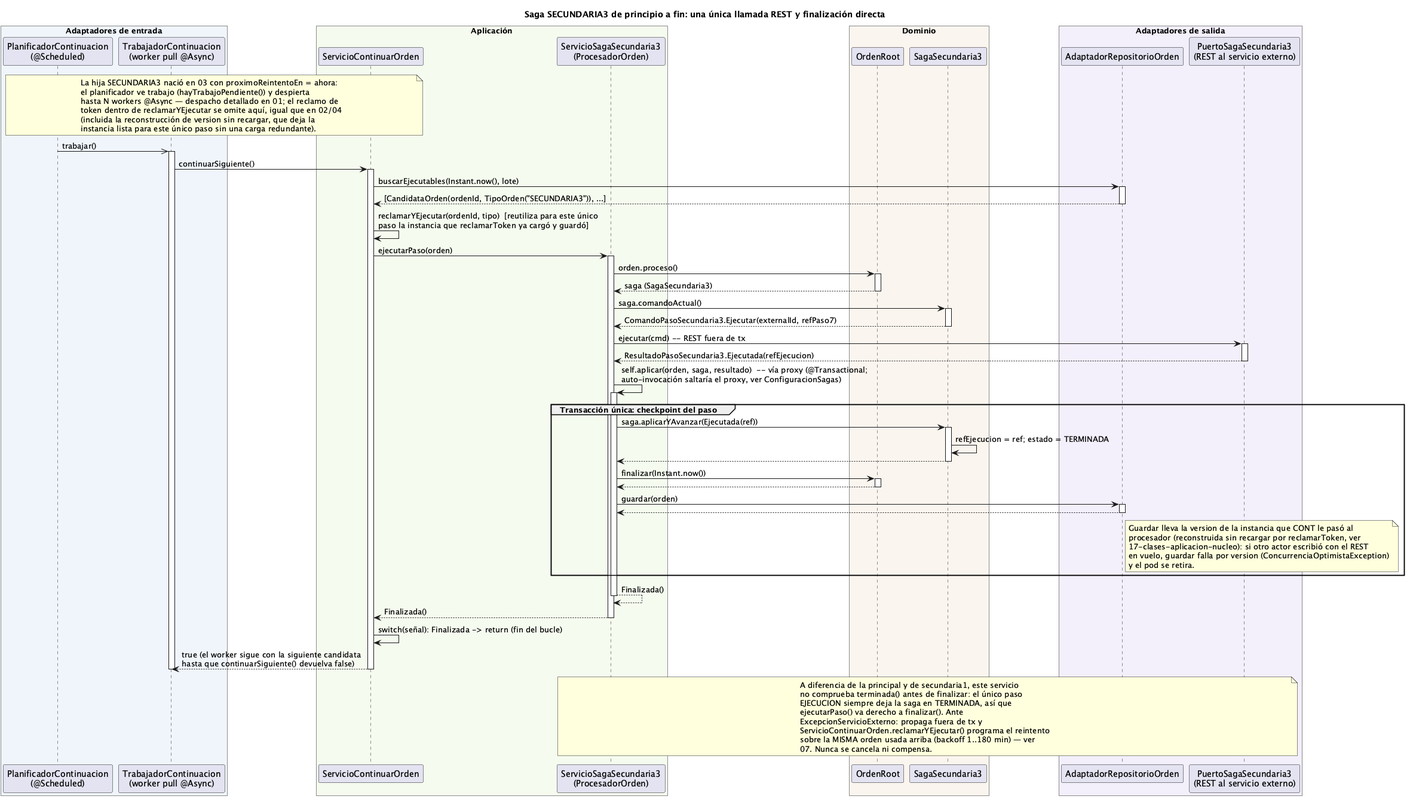
This is order-manager/docs/06-saga-secundaria3.png from ralcazar/patrones, a PlantUML export, as it was before one commit.
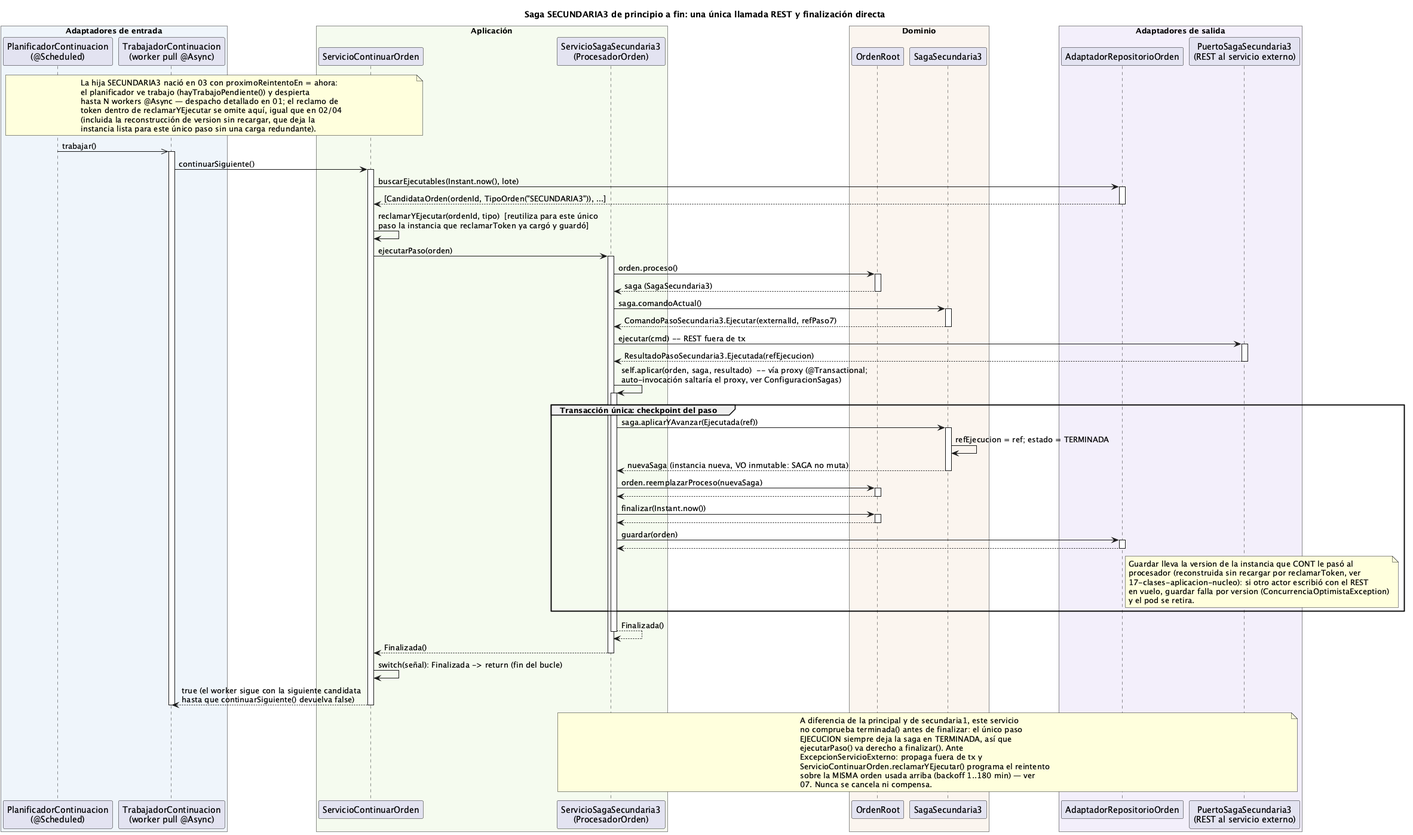
The same file after the commit.

What changed in the source:
```diff
@@ -44,6 +44,8 @@
 group Transacción única: checkpoint del paso
   ORQ -> SAGA ++ : saga.aplicarYAvanzar(Ejecutada(ref))
   SAGA -> SAGA : refEjecucion = ref; estado = TERMINADA
+  return nuevaSaga (instancia nueva, VO inmutable: SAGA no muta)
+  ORQ -> ORDEN ++ : orden.reemplazarProceso(nuevaSaga)
   return
   ORQ -> ORDEN ++ : finalizar(Instant.now())
   return
```
